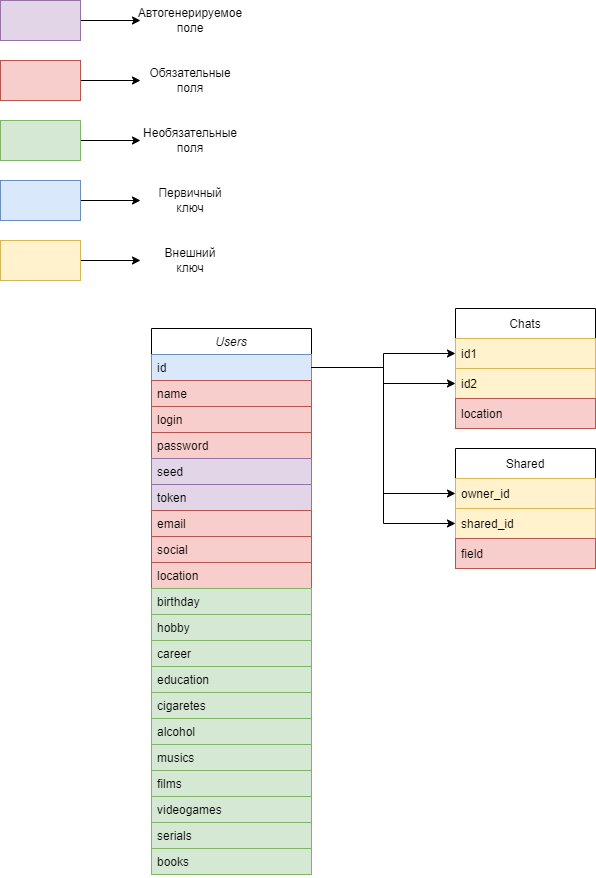
Before: db_scheme.png, a diagram exported from draw.io (Morugar/say.u). Source tidied: cells renumbered, new cells last; positions are measured from the earlier drawing's top-left corner, leaving out a move shared by most shapes.
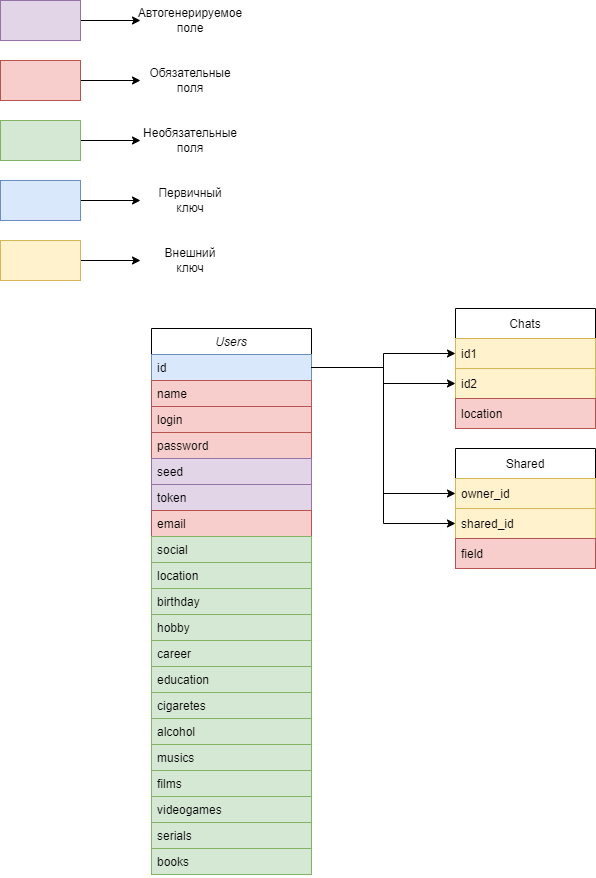
The same diagram one commit later.

The edit, as a diff of the source:
```diff
@@ -26,10 +26,10 @@
     <mxCell id="9" value="email" style="text;align=left;verticalAlign=top;spacingLeft=4;spacingRight=4;overflow=hidden;rounded=0;shadow=0;html=0;fillColor=#f8cecc;strokeColor=#b85450;" parent="2" vertex="1">
       <mxGeometry y="182" width="160" height="26" as="geometry" />
     </mxCell>
-    <mxCell id="10" value="social" style="text;align=left;verticalAlign=top;spacingLeft=4;spacingRight=4;overflow=hidden;rounded=0;shadow=0;html=0;fillColor=#f8cecc;strokeColor=#b85450;" parent="2" vertex="1">
+    <mxCell id="10" value="social" style="text;align=left;verticalAlign=top;spacingLeft=4;spacingRight=4;overflow=hidden;rounded=0;shadow=0;html=0;fillColor=#d5e8d4;strokeColor=#82b366;" parent="2" vertex="1">
       <mxGeometry y="208" width="160" height="26" as="geometry" />
     </mxCell>
-    <mxCell id="11" value="location" style="text;align=left;verticalAlign=top;spacingLeft=4;spacingRight=4;overflow=hidden;rounded=0;shadow=0;html=0;fillColor=#f8cecc;strokeColor=#b85450;" parent="2" vertex="1">
+    <mxCell id="11" value="location" style="text;align=left;verticalAlign=top;spacingLeft=4;spacingRight=4;overflow=hidden;rounded=0;shadow=0;html=0;fillColor=#d5e8d4;strokeColor=#82b366;" parent="2" vertex="1">
       <mxGeometry y="234" width="160" height="26" as="geometry" />
     </mxCell>
     <mxCell id="12" value="birthday" style="text;align=left;verticalAlign=top;spacingLeft=4;spacingRight=4;overflow=hidden;rounded=0;shadow=0;html=0;fillColor=#d5e8d4;strokeColor=#82b366;" parent="2" vertex="1">
```
